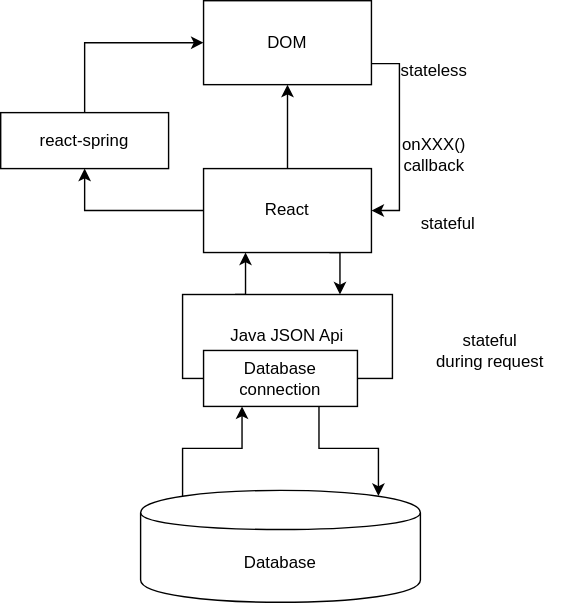
Above: README/5-tier.drawio.svg in mulcloud/state-management-demo (draw.io), before the change. Source tidied: cells renumbered, new cells last; positions are measured from the earlier drawing's top-left corner, leaving out a move shared by most shapes. Source of this version:
```xml
<mxGraphModel>
  <root>
    <mxCell id="0" />
    <mxCell id="1" parent="0" />
    <mxCell id="2" style="edgeStyle=orthogonalEdgeStyle;rounded=0;jettySize=auto;html=1;exitX=0.15;exitY=0.05;exitDx=0;exitDy=0;entryX=0.25;entryY=1;entryDx=0;entryDy=0;exitPerimeter=0;" parent="1" edge="1" source="3" target="13">
      <mxGeometry relative="1" as="geometry" />
    </mxCell>
    <mxCell id="3" value="Database" style="shape=cylinder;whiteSpace=wrap;html=1;boundedLbl=1;backgroundOutline=1;" parent="1" vertex="1">
      <mxGeometry x="100" y="350" width="200" height="80" as="geometry" />
    </mxCell>
    <mxCell id="4" style="edgeStyle=orthogonalEdgeStyle;rounded=0;jettySize=auto;html=1;exitX=0.25;exitY=0;exitDx=0;exitDy=0;entryX=0.25;entryY=1;entryDx=0;entryDy=0;" parent="1" edge="1" source="5" target="9">
      <mxGeometry relative="1" as="geometry" />
    </mxCell>
    <mxCell id="5" value="Java JSON Api" style="rounded=0;whiteSpace=wrap;html=1;" parent="1" vertex="1">
      <mxGeometry x="130" y="210" width="150" height="60" as="geometry" />
    </mxCell>
    <mxCell id="6" style="edgeStyle=orthogonalEdgeStyle;rounded=0;jettySize=auto;html=1;exitX=0.75;exitY=1;exitDx=0;exitDy=0;entryX=0.75;entryY=0;entryDx=0;entryDy=0;" parent="1" edge="1" source="9" target="5">
      <mxGeometry relative="1" as="geometry" />
    </mxCell>
    <mxCell id="7" style="edgeStyle=orthogonalEdgeStyle;rounded=0;jettySize=auto;html=1;exitX=0.5;exitY=0;exitDx=0;exitDy=0;" parent="1" edge="1" source="9" target="15">
      <mxGeometry relative="1" as="geometry" />
    </mxCell>
    <mxCell id="8" style="edgeStyle=orthogonalEdgeStyle;rounded=0;jettySize=auto;html=1;exitX=0;exitY=0.5;exitDx=0;exitDy=0;entryX=0.5;entryY=1;entryDx=0;entryDy=0;" parent="1" edge="1" source="9" target="19">
      <mxGeometry relative="1" as="geometry" />
    </mxCell>
    <mxCell id="9" value="React" style="rounded=0;whiteSpace=wrap;html=1;" parent="1" vertex="1">
      <mxGeometry x="145" y="120" width="120" height="60" as="geometry" />
    </mxCell>
    <mxCell id="10" value="stateful&lt;br&gt;during request" style="text;html=1;strokeColor=none;fillColor=none;align=center;verticalAlign=middle;whiteSpace=wrap;rounded=0;" parent="1" vertex="1">
      <mxGeometry x="290" y="240" width="120" height="20" as="geometry" />
    </mxCell>
    <mxCell id="11" value="stateful" style="text;html=1;strokeColor=none;fillColor=none;align=center;verticalAlign=middle;whiteSpace=wrap;rounded=0;" parent="1" vertex="1">
      <mxGeometry x="300" y="150" width="40" height="20" as="geometry" />
    </mxCell>
    <mxCell id="12" style="edgeStyle=orthogonalEdgeStyle;rounded=0;jettySize=auto;html=1;exitX=0.75;exitY=1;exitDx=0;exitDy=0;entryX=0.85;entryY=0.05;entryDx=0;entryDy=0;entryPerimeter=0;" parent="1" edge="1" source="13" target="3">
      <mxGeometry relative="1" as="geometry" />
    </mxCell>
    <mxCell id="13" value="Database&lt;br&gt;connection" style="rounded=0;whiteSpace=wrap;html=1;" parent="1" vertex="1">
      <mxGeometry x="145" y="250" width="110" height="40" as="geometry" />
    </mxCell>
    <mxCell id="14" style="edgeStyle=orthogonalEdgeStyle;rounded=0;jettySize=auto;html=1;exitX=1;exitY=0.75;exitDx=0;exitDy=0;entryX=1;entryY=0.5;entryDx=0;entryDy=0;" parent="1" edge="1" source="15" target="9">
      <mxGeometry relative="1" as="geometry" />
    </mxCell>
    <mxCell id="15" value="DOM" style="rounded=0;whiteSpace=wrap;html=1;" parent="1" vertex="1">
      <mxGeometry x="145" width="120" height="60" as="geometry" />
    </mxCell>
    <mxCell id="16" value="stateless" style="text;html=1;strokeColor=none;fillColor=none;align=center;verticalAlign=middle;whiteSpace=wrap;rounded=0;" parent="1" vertex="1">
      <mxGeometry x="290" y="40" width="40" height="20" as="geometry" />
    </mxCell>
    <mxCell id="17" value="onXXX() callback" style="text;html=1;strokeColor=none;fillColor=none;align=center;verticalAlign=middle;whiteSpace=wrap;rounded=0;" parent="1" vertex="1">
      <mxGeometry x="290" y="100" width="40" height="20" as="geometry" />
    </mxCell>
    <mxCell id="18" style="edgeStyle=orthogonalEdgeStyle;rounded=0;jettySize=auto;html=1;exitX=0.5;exitY=0;exitDx=0;exitDy=0;entryX=0;entryY=0.5;entryDx=0;entryDy=0;" parent="1" edge="1" source="19" target="15">
      <mxGeometry relative="1" as="geometry" />
    </mxCell>
    <mxCell id="19" value="react-spring" style="rounded=0;whiteSpace=wrap;html=1;" parent="1" vertex="1">
      <mxGeometry y="80" width="120" height="40" as="geometry" />
    </mxCell>
  </root>
</mxGraphModel>
```
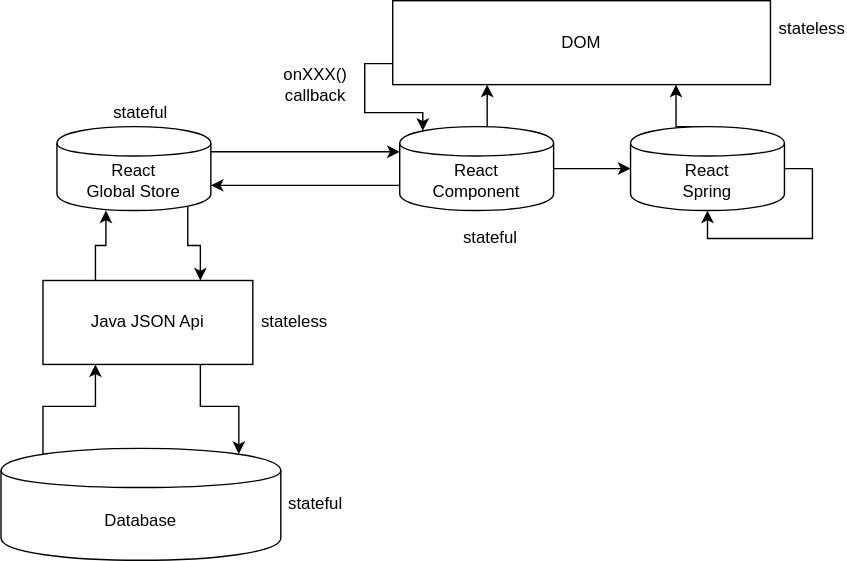
After the commit.

The edit, as a diff of the source:
```diff
@@ -2,59 +2,76 @@
   <root>
     <mxCell id="0" />
     <mxCell id="1" parent="0" />
-    <mxCell id="2" style="edgeStyle=orthogonalEdgeStyle;rounded=0;jettySize=auto;html=1;exitX=0.15;exitY=0.05;exitDx=0;exitDy=0;entryX=0.25;entryY=1;entryDx=0;entryDy=0;exitPerimeter=0;" parent="1" edge="1" source="3" target="13">
+    <mxCell id="2" style="edgeStyle=orthogonalEdgeStyle;rounded=0;jettySize=auto;html=1;exitX=0.15;exitY=0.05;exitDx=0;exitDy=0;entryX=0.25;entryY=1;entryDx=0;entryDy=0;exitPerimeter=0;" parent="1" edge="1" source="3" target="5">
       <mxGeometry relative="1" as="geometry" />
     </mxCell>
     <mxCell id="3" value="Database" style="shape=cylinder;whiteSpace=wrap;html=1;boundedLbl=1;backgroundOutline=1;" parent="1" vertex="1">
-      <mxGeometry x="100" y="350" width="200" height="80" as="geometry" />
+      <mxGeometry x="-30" y="310" width="200" height="80" as="geometry" />
     </mxCell>
-    <mxCell id="4" style="edgeStyle=orthogonalEdgeStyle;rounded=0;jettySize=auto;html=1;exitX=0.25;exitY=0;exitDx=0;exitDy=0;entryX=0.25;entryY=1;entryDx=0;entryDy=0;" parent="1" edge="1" source="5" target="9">
-      <mxGeometry relative="1" as="geometry" />
+    <mxCell id="4" style="edgeStyle=orthogonalEdgeStyle;rounded=0;jettySize=auto;html=1;exitX=0.25;exitY=0;exitDx=0;exitDy=0;" parent="1" edge="1" source="5">
+      <mxGeometry relative="1" as="geometry">
+        <mxPoint x="45" y="140" as="targetPoint" />
+      </mxGeometry>
     </mxCell>
     <mxCell id="5" value="Java JSON Api" style="rounded=0;whiteSpace=wrap;html=1;" parent="1" vertex="1">
-      <mxGeometry x="130" y="210" width="150" height="60" as="geometry" />
+      <mxGeometry y="190" width="150" height="60" as="geometry" />
     </mxCell>
-    <mxCell id="6" style="edgeStyle=orthogonalEdgeStyle;rounded=0;jettySize=auto;html=1;exitX=0.75;exitY=1;exitDx=0;exitDy=0;entryX=0.75;entryY=0;entryDx=0;entryDy=0;" parent="1" edge="1" source="9" target="5">
+    <mxCell id="6" style="edgeStyle=orthogonalEdgeStyle;rounded=0;jettySize=auto;html=1;exitX=0.85;exitY=0.95;exitDx=0;exitDy=0;entryX=0.75;entryY=0;entryDx=0;entryDy=0;exitPerimeter=0;" parent="1" edge="1" source="24" target="5">
       <mxGeometry relative="1" as="geometry" />
     </mxCell>
-    <mxCell id="7" style="edgeStyle=orthogonalEdgeStyle;rounded=0;jettySize=auto;html=1;exitX=0.5;exitY=0;exitDx=0;exitDy=0;" parent="1" edge="1" source="9" target="15">
-      <mxGeometry relative="1" as="geometry" />
-    </mxCell>
-    <mxCell id="8" style="edgeStyle=orthogonalEdgeStyle;rounded=0;jettySize=auto;html=1;exitX=0;exitY=0.5;exitDx=0;exitDy=0;entryX=0.5;entryY=1;entryDx=0;entryDy=0;" parent="1" edge="1" source="9" target="19">
-      <mxGeometry relative="1" as="geometry" />
-    </mxCell>
+    <mxCell id="20" style="edgeStyle=orthogonalEdgeStyle;rounded=0;jettySize=auto;html=1;exitX=1;exitY=0.3;exitDx=0;exitDy=0;entryX=0;entryY=0.3;entryDx=0;entryDy=0;" parent="1" edge="1" source="24" target="27">
+      <mxGeometry relative="1" as="geometry" />
+    </mxCell>
-    <mxCell id="9" value="React" style="rounded=0;whiteSpace=wrap;html=1;" parent="1" vertex="1">
-      <mxGeometry x="145" y="120" width="120" height="60" as="geometry" />
+    <mxCell id="9" value="stateful" style="text;html=1;strokeColor=none;fillColor=none;align=center;verticalAlign=middle;whiteSpace=wrap;rounded=0;" parent="1" vertex="1">
+      <mxGeometry x="135" y="340" width="120" height="20" as="geometry" />
     </mxCell>
-    <mxCell id="10" value="stateful&lt;br&gt;during request" style="text;html=1;strokeColor=none;fillColor=none;align=center;verticalAlign=middle;whiteSpace=wrap;rounded=0;" parent="1" vertex="1">
-      <mxGeometry x="290" y="240" width="120" height="20" as="geometry" />
+    <mxCell id="10" value="stateful" style="text;html=1;strokeColor=none;fillColor=none;align=center;verticalAlign=middle;whiteSpace=wrap;rounded=0;" parent="1" vertex="1">
+      <mxGeometry x="50" y="60" width="40" height="20" as="geometry" />
     </mxCell>
-    <mxCell id="11" value="stateful" style="text;html=1;strokeColor=none;fillColor=none;align=center;verticalAlign=middle;whiteSpace=wrap;rounded=0;" parent="1" vertex="1">
-      <mxGeometry x="300" y="150" width="40" height="20" as="geometry" />
+    <mxCell id="11" style="edgeStyle=orthogonalEdgeStyle;rounded=0;jettySize=auto;html=1;exitX=0.75;exitY=1;exitDx=0;exitDy=0;entryX=0.85;entryY=0.05;entryDx=0;entryDy=0;entryPerimeter=0;" parent="1" edge="1" source="5" target="3">
+      <mxGeometry relative="1" as="geometry" />
     </mxCell>
-    <mxCell id="12" style="edgeStyle=orthogonalEdgeStyle;rounded=0;jettySize=auto;html=1;exitX=0.75;exitY=1;exitDx=0;exitDy=0;entryX=0.85;entryY=0.05;entryDx=0;entryDy=0;entryPerimeter=0;" parent="1" edge="1" source="13" target="3">
-      <mxGeometry relative="1" as="geometry" />
-    </mxCell>
+    <mxCell id="21" style="edgeStyle=orthogonalEdgeStyle;rounded=0;jettySize=auto;html=1;exitX=0;exitY=0.75;exitDx=0;exitDy=0;entryX=0.15;entryY=0.05;entryDx=0;entryDy=0;entryPerimeter=0;" parent="1" edge="1" source="13" target="27">
+      <mxGeometry relative="1" as="geometry" />
+    </mxCell>
-    <mxCell id="13" value="Database&lt;br&gt;connection" style="rounded=0;whiteSpace=wrap;html=1;" parent="1" vertex="1">
-      <mxGeometry x="145" y="250" width="110" height="40" as="geometry" />
+    <mxCell id="13" value="DOM" style="rounded=0;whiteSpace=wrap;html=1;" parent="1" vertex="1">
+      <mxGeometry x="250" y="-10" width="270" height="60" as="geometry" />
     </mxCell>
-    <mxCell id="14" style="edgeStyle=orthogonalEdgeStyle;rounded=0;jettySize=auto;html=1;exitX=1;exitY=0.75;exitDx=0;exitDy=0;entryX=1;entryY=0.5;entryDx=0;entryDy=0;" parent="1" edge="1" source="15" target="9">
-      <mxGeometry relative="1" as="geometry" />
+    <mxCell id="14" value="stateless" style="text;html=1;strokeColor=none;fillColor=none;align=center;verticalAlign=middle;whiteSpace=wrap;rounded=0;" parent="1" vertex="1">
+      <mxGeometry x="530" width="40" height="20" as="geometry" />
     </mxCell>
-    <mxCell id="15" value="DOM" style="rounded=0;whiteSpace=wrap;html=1;" parent="1" vertex="1">
-      <mxGeometry x="145" width="120" height="60" as="geometry" />
-    </mxCell>
+    <mxCell id="22" style="edgeStyle=orthogonalEdgeStyle;rounded=0;jettySize=auto;html=1;exitX=0;exitY=0.7;exitDx=0;exitDy=0;entryX=1;entryY=0.7;entryDx=0;entryDy=0;" parent="1" edge="1" source="27" target="24">
+      <mxGeometry relative="1" as="geometry" />
+    </mxCell>
+    <mxCell id="23" value="stateful" style="text;html=1;strokeColor=none;fillColor=none;align=center;verticalAlign=middle;whiteSpace=wrap;rounded=0;" parent="1" vertex="1">
+      <mxGeometry x="300" y="150" width="40" height="20" as="geometry" />
+    </mxCell>
+    <mxCell id="24" value="React&lt;br&gt;Global Store" style="shape=cylinder;whiteSpace=wrap;html=1;boundedLbl=1;backgroundOutline=1;" parent="1" vertex="1">
+      <mxGeometry x="10" y="80" width="110" height="60" as="geometry" />
+    </mxCell>
+    <mxCell id="25" style="edgeStyle=orthogonalEdgeStyle;rounded=0;jettySize=auto;html=1;exitX=0.5;exitY=0;exitDx=0;exitDy=0;entryX=0.25;entryY=1;entryDx=0;entryDy=0;" parent="1" edge="1" source="27" target="13">
+      <mxGeometry relative="1" as="geometry" />
+    </mxCell>
+    <mxCell id="26" style="edgeStyle=orthogonalEdgeStyle;rounded=0;jettySize=auto;html=1;exitX=1;exitY=0.5;exitDx=0;exitDy=0;" parent="1" edge="1" source="27" target="29">
+      <mxGeometry relative="1" as="geometry" />
+    </mxCell>
+    <mxCell id="27" value="React&lt;br&gt;Component" style="shape=cylinder;whiteSpace=wrap;html=1;boundedLbl=1;backgroundOutline=1;" parent="1" vertex="1">
+      <mxGeometry x="255" y="80" width="110" height="60" as="geometry" />
+    </mxCell>
     <mxCell id="16" value="stateless" style="text;html=1;strokeColor=none;fillColor=none;align=center;verticalAlign=middle;whiteSpace=wrap;rounded=0;" parent="1" vertex="1">
-      <mxGeometry x="290" y="40" width="40" height="20" as="geometry" />
+      <mxGeometry x="160" y="210" width="40" height="20" as="geometry" />
     </mxCell>
+    <mxCell id="28" style="edgeStyle=orthogonalEdgeStyle;rounded=0;jettySize=auto;html=1;exitX=0.5;exitY=0;exitDx=0;exitDy=0;entryX=0.75;entryY=1;entryDx=0;entryDy=0;" parent="1" edge="1" source="29" target="13">
+      <mxGeometry relative="1" as="geometry" />
+    </mxCell>
+    <mxCell id="29" value="React&lt;br&gt;Spring" style="shape=cylinder;whiteSpace=wrap;html=1;boundedLbl=1;backgroundOutline=1;" parent="1" vertex="1">
+      <mxGeometry x="420" y="80" width="110" height="60" as="geometry" />
+    </mxCell>
+    <mxCell id="30" style="edgeStyle=orthogonalEdgeStyle;rounded=0;orthogonalLoop=1;jettySize=auto;html=1;exitX=1;exitY=0.5;exitDx=0;exitDy=0;" parent="1" edge="1" source="29" target="29">
+      <mxGeometry relative="1" as="geometry" />
+    </mxCell>
     <mxCell id="17" value="onXXX() callback" style="text;html=1;strokeColor=none;fillColor=none;align=center;verticalAlign=middle;whiteSpace=wrap;rounded=0;" parent="1" vertex="1">
-      <mxGeometry x="290" y="100" width="40" height="20" as="geometry" />
+      <mxGeometry x="175" y="40" width="40" height="20" as="geometry" />
     </mxCell>
-    <mxCell id="18" style="edgeStyle=orthogonalEdgeStyle;rounded=0;jettySize=auto;html=1;exitX=0.5;exitY=0;exitDx=0;exitDy=0;entryX=0;entryY=0.5;entryDx=0;entryDy=0;" parent="1" edge="1" source="19" target="15">
-      <mxGeometry relative="1" as="geometry" />
-    </mxCell>
-    <mxCell id="19" value="react-spring" style="rounded=0;whiteSpace=wrap;html=1;" parent="1" vertex="1">
-      <mxGeometry y="80" width="120" height="40" as="geometry" />
-    </mxCell>
   </root>
 </mxGraphModel>
```
